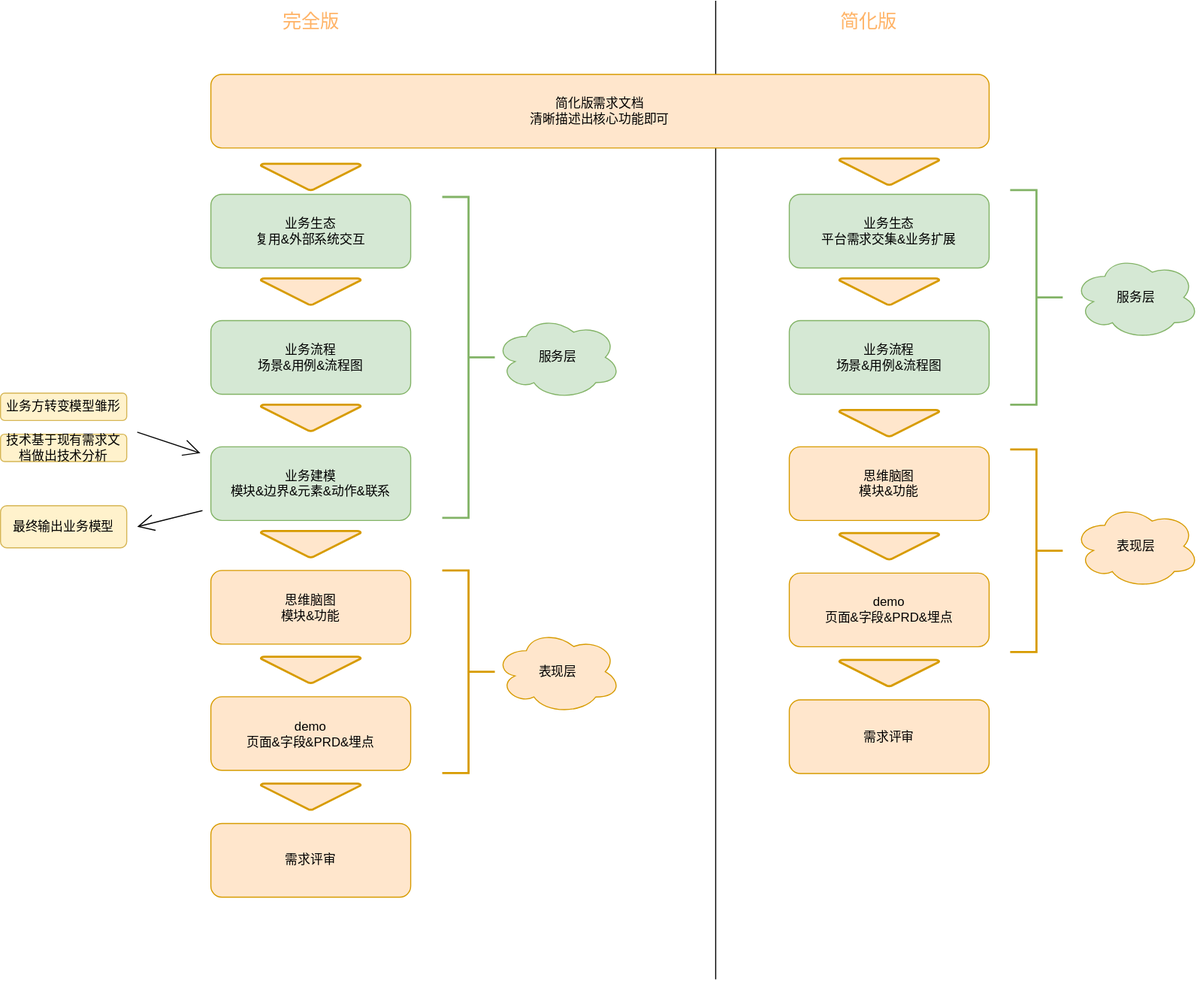
The draw.io diagram ddm.drawio.svg in fsdmp/diagrams, before a commit. Source tidied: cells renumbered, new cells last; positions are measured from the earlier drawing's top-left corner, leaving out a move shared by most shapes.
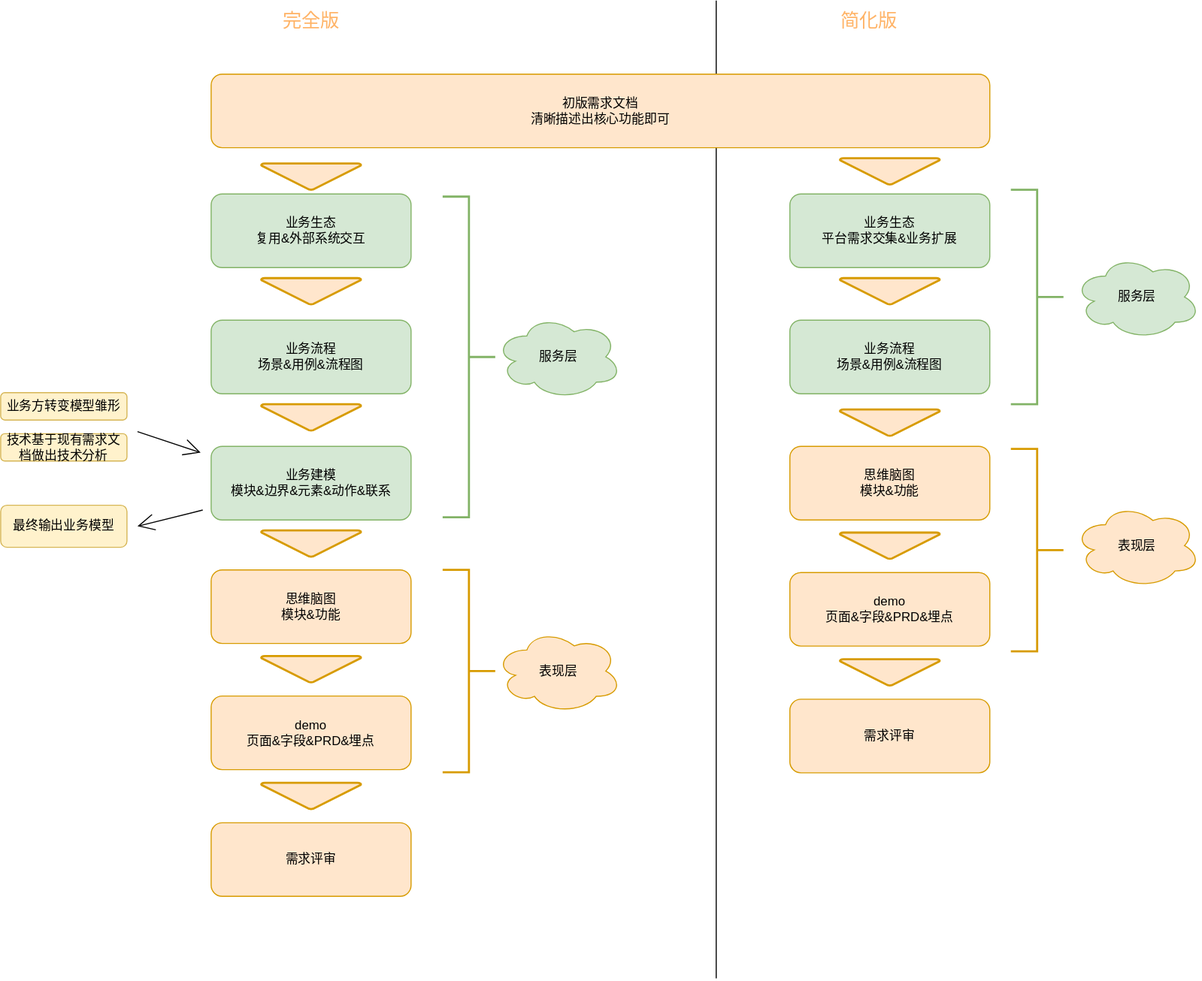
After the change.

The edit, as a diff of the source:
```diff
@@ -103,7 +103,7 @@
     <mxCell id="33" style="strokeWidth=2;html=1;shape=mxgraph.flowchart.annotation_2;align=left;labelPosition=right;hachureGap=4;direction=west;fillColor=#d5e8d4;strokeColor=#82b366;" parent="1" vertex="1">
       <mxGeometry x="960" y="180" width="50" height="204" as="geometry" />
     </mxCell>
-    <mxCell id="34" value="简化版需求文档&lt;br&gt;清晰描述出核心功能即可&lt;br&gt;" style="rounded=1;whiteSpace=wrap;html=1;hachureGap=4;fillColor=#ffe6cc;strokeColor=#d79b00;" parent="1" vertex="1">
+    <mxCell id="34" value="初版需求文档&lt;br&gt;清晰描述出核心功能即可&lt;br&gt;" style="rounded=1;whiteSpace=wrap;html=1;hachureGap=4;fillColor=#ffe6cc;strokeColor=#d79b00;" parent="1" vertex="1">
       <mxGeometry x="200" y="70" width="740" height="70" as="geometry" />
     </mxCell>
     <mxCell id="35" style="strokeWidth=2;html=1;shape=mxgraph.flowchart.merge_or_storage;whiteSpace=wrap;hachureGap=4;fillColor=#ffe6cc;strokeColor=#d79b00;" parent="1" vertex="1">
```
